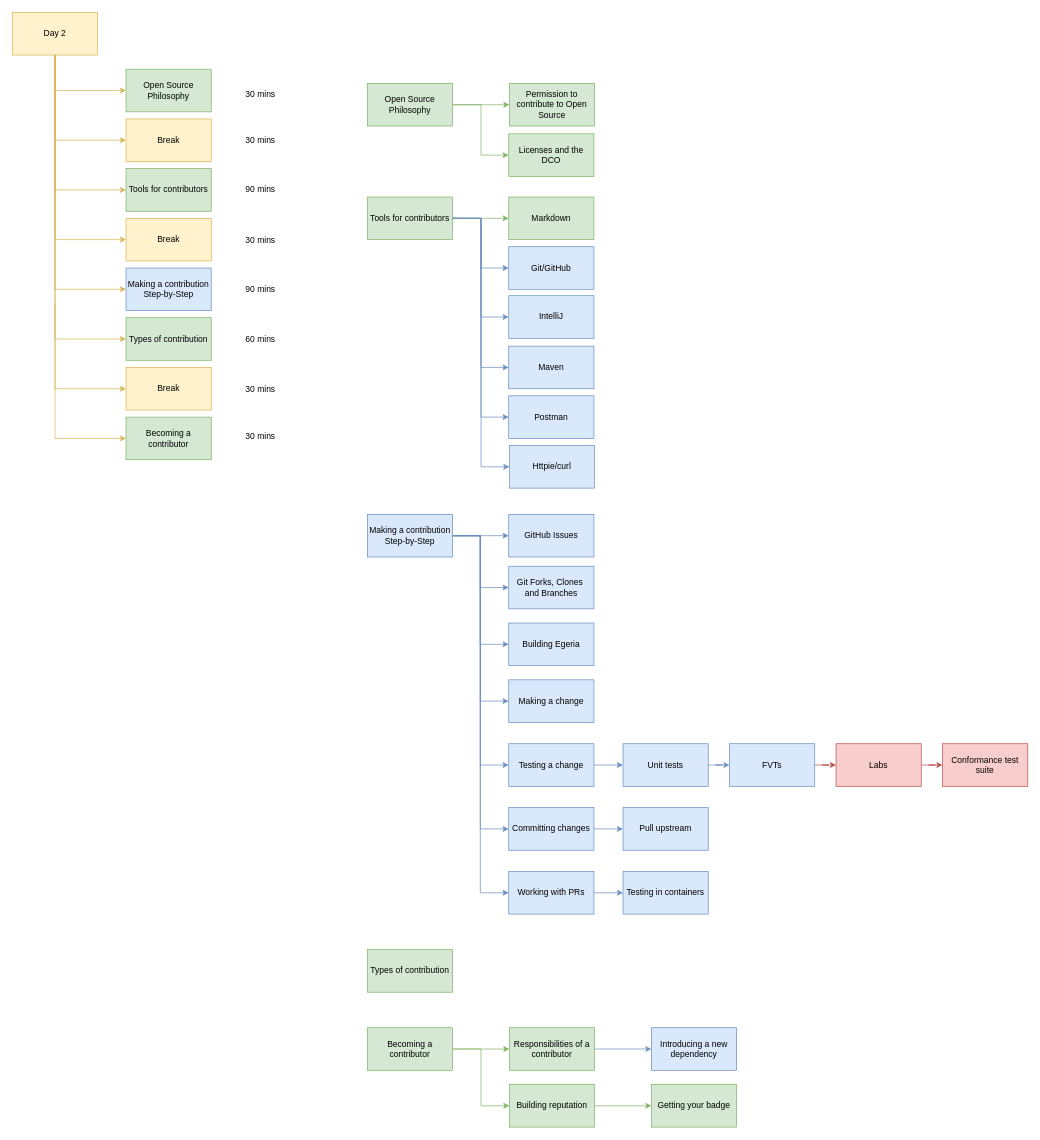
Earlier version of the draw.io diagram page "day-2" (2 of 5) of open-metadata-resources/open-metadata-tutorials/egeria-dojo/egeria-dojo.drawio (planetf1/egeria). Source tidied: cells renumbered, new cells numbered last; positions are measured from the earlier drawing's top-left corner, leaving out a move shared by most shapes. Both pictures are drawn from the tidied source at 71%, with x=0, y=0 at pixel (12, 12).
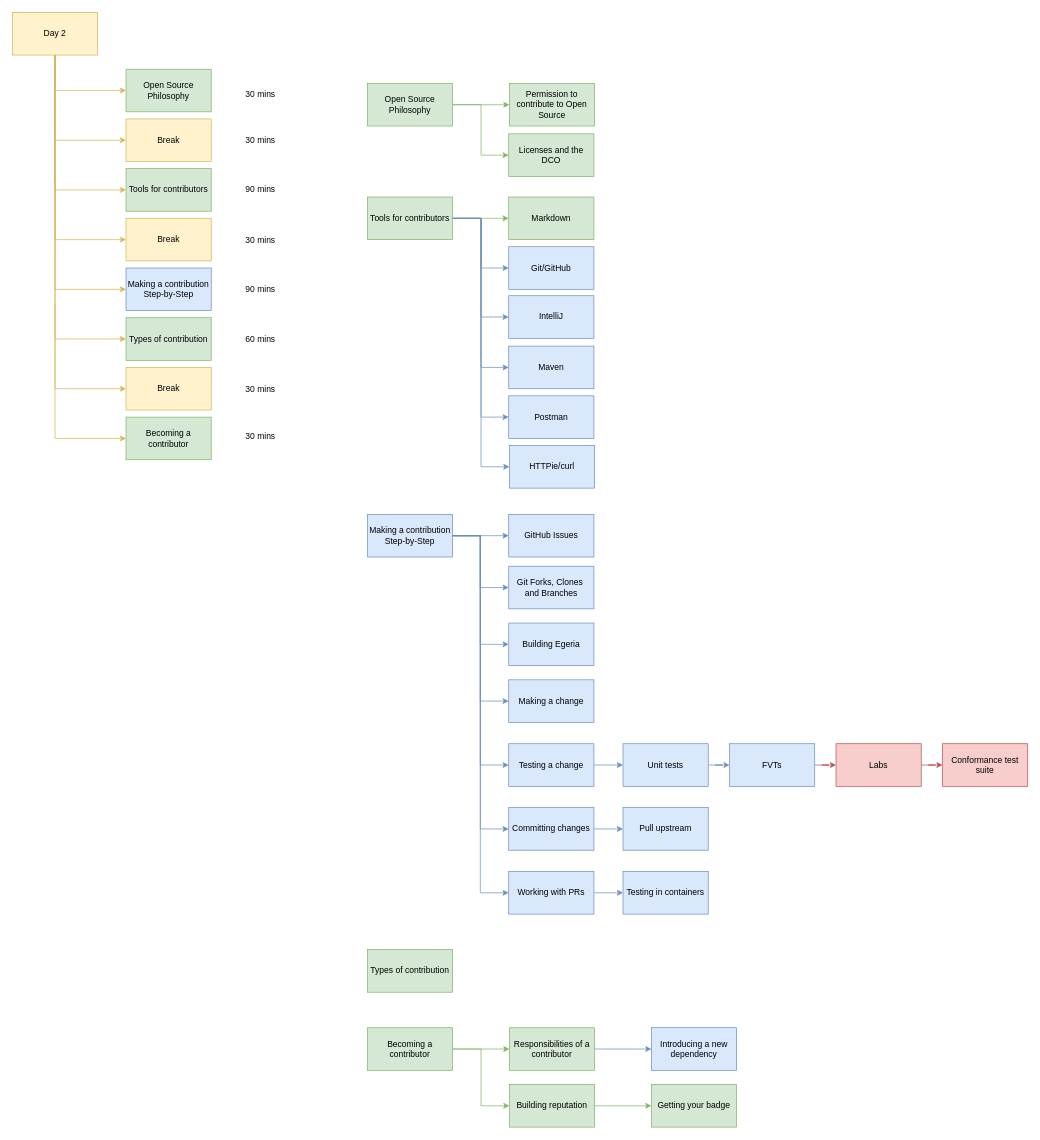
The same diagram, later.

The edit, as a diff of the source:
```diff
@@
-    <mxCell id="47" value="Httpie/curl" style="rounded=0;whiteSpace=wrap;html=1;fillColor=#dae8fc;strokeColor=#6c8ebf;" parent="1" vertex="1">
+    <mxCell id="47" value="HTTPie/curl" style="rounded=0;whiteSpace=wrap;html=1;fillColor=#dae8fc;strokeColor=#6c8ebf;" parent="1" vertex="1">
       <mxGeometry x="700" y="610" width="120" height="60" as="geometry" />
     </mxCell>
```
